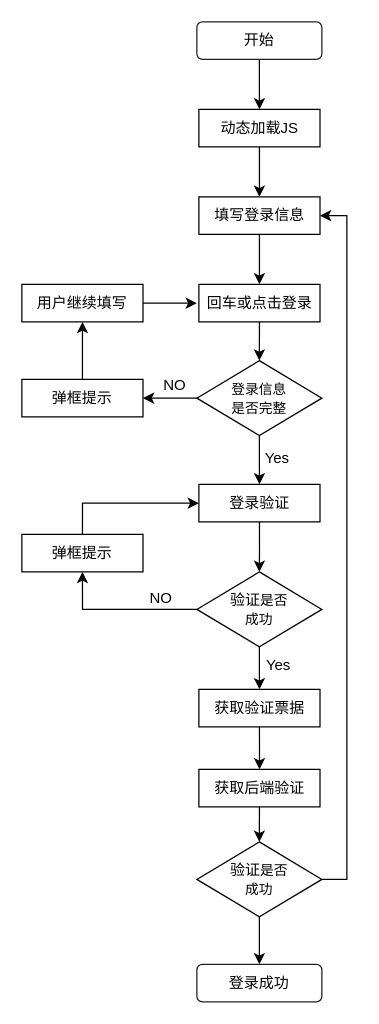
Above: 未命名绘图.drawio in qiuqiu1234/my-test-pro (draw.io), before the change. Source tidied: cells renumbered, new cells numbered last; positions are measured from the earlier drawing's top-left corner, leaving out a move shared by most shapes. Both pictures are drawn from the tidied source at 125%, with x=0, y=0 at pixel (21, 21).
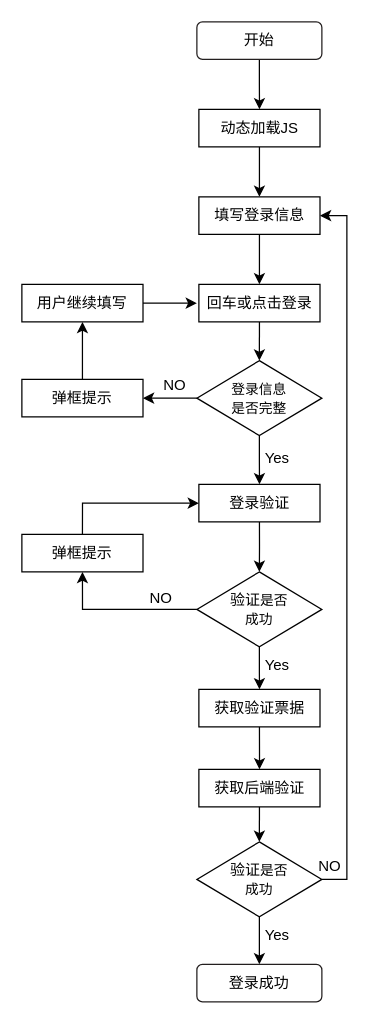
The same diagram, later.

Commit message:
更新未命名绘图.drawio

The edit, as a diff of the source:
```diff
@@
     <mxCell id="34" value="Yes" style="text;html=1;strokeColor=none;fillColor=none;align=center;verticalAlign=middle;whiteSpace=wrap;rounded=0;" parent="1" vertex="1">
-      <mxGeometry x="181" y="508" width="48.6" height="13" as="geometry" />
+      <mxGeometry x="180" y="508" width="48.6" height="13" as="geometry" />
     </mxCell>
@@
+    <mxCell id="36" value="NO" style="text;html=1;strokeColor=none;fillColor=none;align=center;verticalAlign=middle;whiteSpace=wrap;rounded=0;" parent="1" vertex="1">
+      <mxGeometry x="224.6" y="669" width="43.1" height="13" as="geometry" />
+    </mxCell>
+    <mxCell id="37" value="Yes" style="text;html=1;strokeColor=none;fillColor=none;align=center;verticalAlign=middle;whiteSpace=wrap;rounded=0;" parent="1" vertex="1">
+      <mxGeometry x="180" y="724" width="48.6" height="13" as="geometry" />
+    </mxCell>
```
